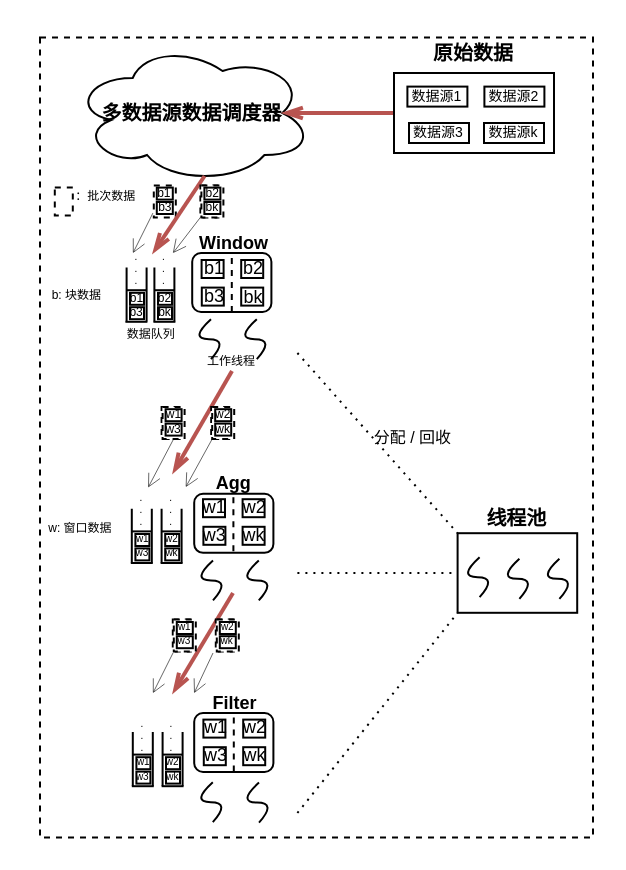
Above: Untitled Diagram.drawio in LLThomas/LLThomas (draw.io), before the change. Source tidied: cells renumbered, new cells numbered last; positions are measured from the earlier drawing's top-left corner, leaving out a move shared by most shapes. Both pictures are drawn from the tidied source at 200%, with x=0, y=0 at pixel (32, 32).
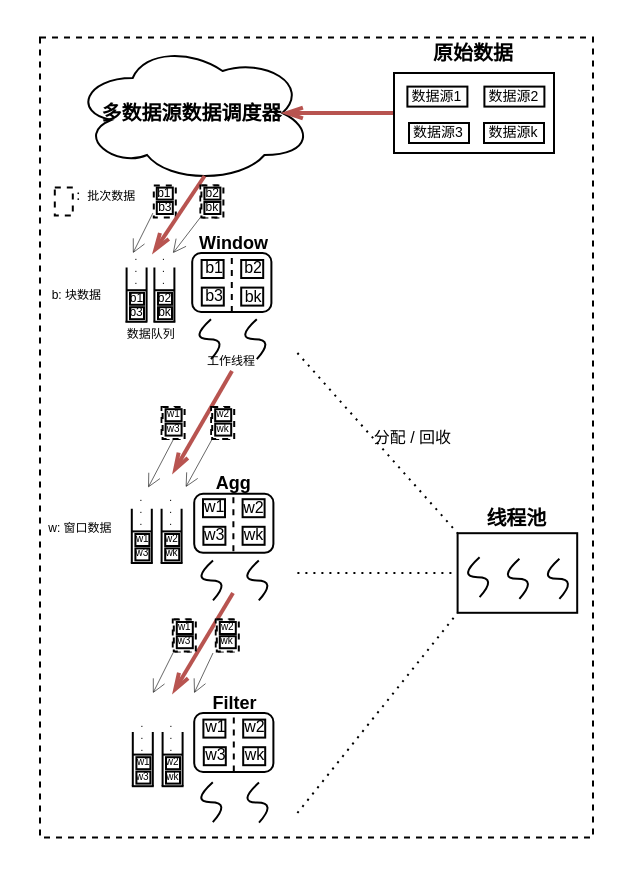
Above is the later version.

Diff of the diagram source:
```diff
@@
-    <mxCell id="21" value="b1" style="text;strokeColor=none;fillColor=none;align=center;verticalAlign=middle;rounded=0;fontSize=9;" parent="1" vertex="1">
+    <mxCell id="21" value="b1" style="text;strokeColor=none;fillColor=none;align=center;verticalAlign=middle;rounded=0;fontSize=8;" parent="1" vertex="1">
       <mxGeometry x="86.8" y="114.6" width="8.5" height="5.8" as="geometry" />
     </mxCell>
@@
-    <mxCell id="71" value="b3" style="text;strokeColor=none;fillColor=none;align=center;verticalAlign=middle;rounded=0;fontSize=9;" parent="1" vertex="1">
+    <mxCell id="71" value="b3" style="text;strokeColor=none;fillColor=none;align=center;verticalAlign=middle;rounded=0;fontSize=8;" parent="1" vertex="1">
       <mxGeometry x="86.8" y="128.5" width="8.5" height="5.8" as="geometry" />
     </mxCell>
@@
-    <mxCell id="73" value="b2" style="text;strokeColor=none;fillColor=none;align=center;verticalAlign=middle;rounded=0;fontSize=9;" parent="1" vertex="1">
+    <mxCell id="73" value="b2" style="text;strokeColor=none;fillColor=none;align=center;verticalAlign=middle;rounded=0;fontSize=8;" parent="1" vertex="1">
       <mxGeometry x="106.3" y="114.6" width="8.5" height="5.8" as="geometry" />
     </mxCell>
@@
-    <mxCell id="75" value="bk" style="text;strokeColor=none;fillColor=none;align=center;verticalAlign=middle;rounded=0;fontSize=9;" parent="1" vertex="1">
+    <mxCell id="75" value="bk" style="text;strokeColor=none;fillColor=none;align=center;verticalAlign=middle;rounded=0;fontSize=8;" parent="1" vertex="1">
       <mxGeometry x="106.3" y="128.9" width="8.5" height="5.8" as="geometry" />
     </mxCell>
@@
-    <mxCell id="85" value="w1" style="text;strokeColor=none;fillColor=none;align=center;verticalAlign=middle;rounded=0;fontSize=6;" parent="1" vertex="1">
+    <mxCell id="85" value="w1" style="text;strokeColor=none;fillColor=none;align=center;verticalAlign=middle;rounded=0;fontSize=5;" parent="1" vertex="1">
       <mxGeometry x="66.5" y="188.1" width="8.5" height="6" as="geometry" />
     </mxCell>
@@
-    <mxCell id="87" value="w3" style="text;strokeColor=none;fillColor=none;align=center;verticalAlign=middle;rounded=0;fontSize=6;" parent="1" vertex="1">
+    <mxCell id="87" value="w3" style="text;strokeColor=none;fillColor=none;align=center;verticalAlign=middle;rounded=0;fontSize=5;" parent="1" vertex="1">
       <mxGeometry x="66.3" y="195.3" width="8.5" height="6" as="geometry" />
     </mxCell>
@@
-    <mxCell id="91" value="w2" style="text;strokeColor=none;fillColor=none;align=center;verticalAlign=middle;rounded=0;fontSize=6;" parent="1" vertex="1">
+    <mxCell id="91" value="w2" style="text;strokeColor=none;fillColor=none;align=center;verticalAlign=middle;rounded=0;fontSize=5;" parent="1" vertex="1">
       <mxGeometry x="91.1" y="188.1" width="8.5" height="6" as="geometry" />
     </mxCell>
@@
-    <mxCell id="93" value="wk" style="text;strokeColor=none;fillColor=none;align=center;verticalAlign=middle;rounded=0;fontSize=6;" parent="1" vertex="1">
+    <mxCell id="93" value="wk" style="text;strokeColor=none;fillColor=none;align=center;verticalAlign=middle;rounded=0;fontSize=5;" parent="1" vertex="1">
       <mxGeometry x="91.1" y="195.3" width="8.5" height="6" as="geometry" />
     </mxCell>
@@
-    <mxCell id="112" value="w1" style="text;strokeColor=none;fillColor=none;align=center;verticalAlign=middle;rounded=0;fontSize=9;" parent="1" vertex="1">
+    <mxCell id="112" value="w1" style="text;strokeColor=none;fillColor=none;align=center;verticalAlign=middle;rounded=0;fontSize=8;" parent="1" vertex="1">
       <mxGeometry x="86.9" y="234.2" width="8.5" height="5.8" as="geometry" />
     </mxCell>
@@
-    <mxCell id="115" value="w3" style="text;strokeColor=none;fillColor=none;align=center;verticalAlign=middle;rounded=0;fontSize=9;" parent="1" vertex="1">
+    <mxCell id="115" value="w3" style="text;strokeColor=none;fillColor=none;align=center;verticalAlign=middle;rounded=0;fontSize=8;" parent="1" vertex="1">
       <mxGeometry x="86.9" y="248" width="8.5" height="5.8" as="geometry" />
     </mxCell>
@@
-    <mxCell id="117" value="w2" style="text;strokeColor=none;fillColor=none;align=center;verticalAlign=middle;rounded=0;fontSize=9;" parent="1" vertex="1">
-      <mxGeometry x="106.9" y="234.2" width="8.5" height="5.8" as="geometry" />
+    <mxCell id="117" value="w2" style="text;strokeColor=none;fillColor=none;align=center;verticalAlign=middle;rounded=0;fontSize=8;" parent="1" vertex="1">
+      <mxGeometry x="106.5" y="234.7" width="8.5" height="5.8" as="geometry" />
     </mxCell>
@@
-    <mxCell id="119" value="wk" style="text;strokeColor=none;fillColor=none;align=center;verticalAlign=middle;rounded=0;fontSize=9;" parent="1" vertex="1">
+    <mxCell id="119" value="wk" style="text;strokeColor=none;fillColor=none;align=center;verticalAlign=middle;rounded=0;fontSize=8;" parent="1" vertex="1">
       <mxGeometry x="106.5" y="248" width="8.5" height="5.8" as="geometry" />
     </mxCell>
@@
-    <mxCell id="137" value="w1" style="text;strokeColor=none;fillColor=none;align=center;verticalAlign=middle;rounded=0;fontSize=9;" parent="1" vertex="1">
+    <mxCell id="137" value="w1" style="text;strokeColor=none;fillColor=none;align=center;verticalAlign=middle;rounded=0;fontSize=8;" parent="1" vertex="1">
       <mxGeometry x="87.5" y="344.2" width="8.5" height="5.8" as="geometry" />
     </mxCell>
@@
-    <mxCell id="140" value="w3" style="text;strokeColor=none;fillColor=none;align=center;verticalAlign=middle;rounded=0;fontSize=9;" parent="1" vertex="1">
+    <mxCell id="140" value="w3" style="text;strokeColor=none;fillColor=none;align=center;verticalAlign=middle;rounded=0;fontSize=8;" parent="1" vertex="1">
       <mxGeometry x="87.5" y="358.2" width="8.5" height="5.8" as="geometry" />
     </mxCell>
@@
-    <mxCell id="142" value="w2" style="text;strokeColor=none;fillColor=none;align=center;verticalAlign=middle;rounded=0;fontSize=9;" parent="1" vertex="1">
+    <mxCell id="142" value="w2" style="text;strokeColor=none;fillColor=none;align=center;verticalAlign=middle;rounded=0;fontSize=8;" parent="1" vertex="1">
       <mxGeometry x="107" y="344.2" width="8.5" height="5.8" as="geometry" />
     </mxCell>
@@
-    <mxCell id="144" value="wk" style="text;strokeColor=none;fillColor=none;align=center;verticalAlign=middle;rounded=0;fontSize=9;" parent="1" vertex="1">
+    <mxCell id="144" value="wk" style="text;strokeColor=none;fillColor=none;align=center;verticalAlign=middle;rounded=0;fontSize=8;" parent="1" vertex="1">
       <mxGeometry x="107" y="358.2" width="8.5" height="5.8" as="geometry" />
     </mxCell>
```
